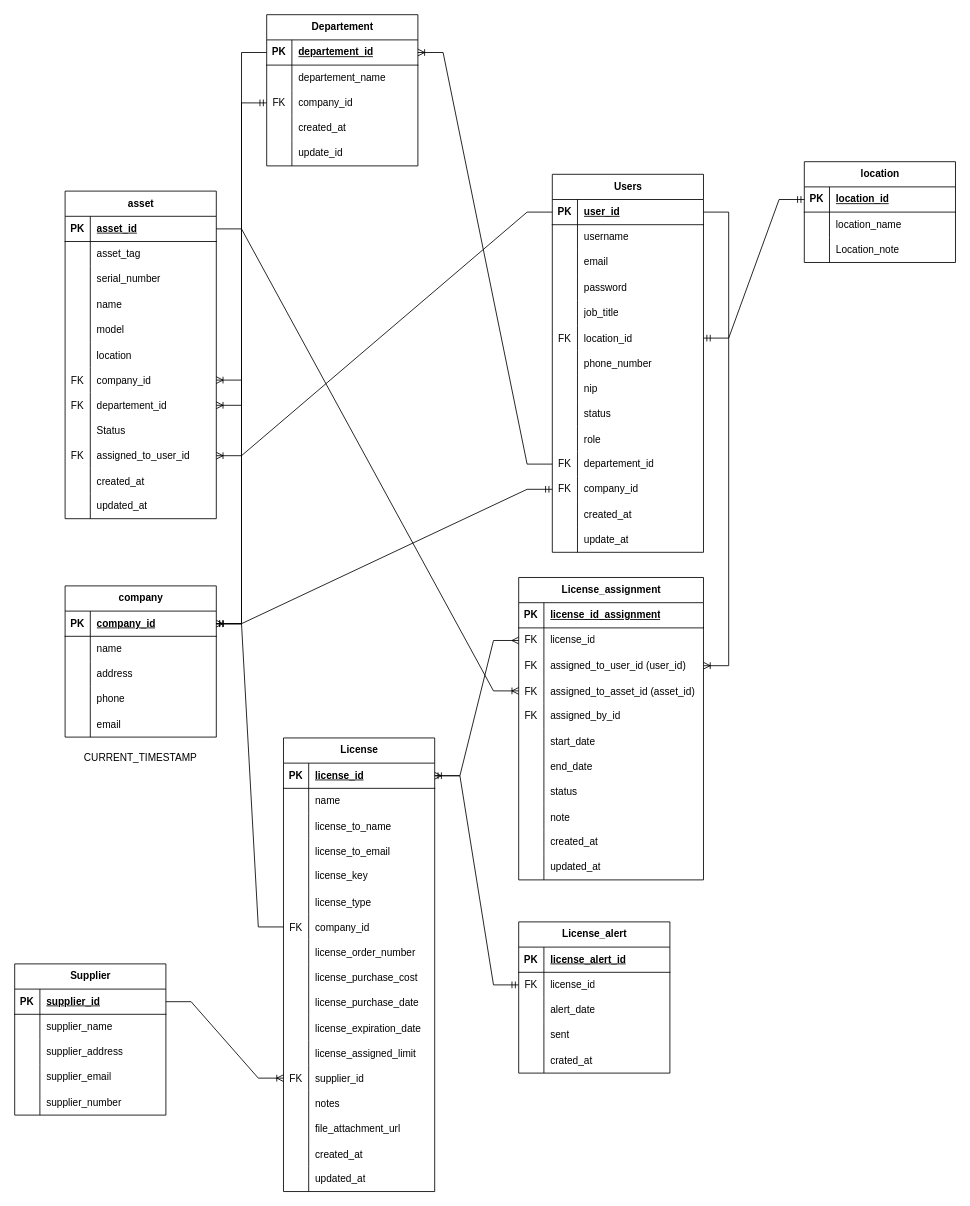
Above: pooling.drawio in ukisatriana/Flow-serv (draw.io), before the change. Source tidied: cells renumbered, new cells numbered last; positions are measured from the earlier drawing's top-left corner, leaving out a move shared by most shapes. Both pictures are drawn from the tidied source at 84%, with x=0, y=0 at pixel (14, 14).
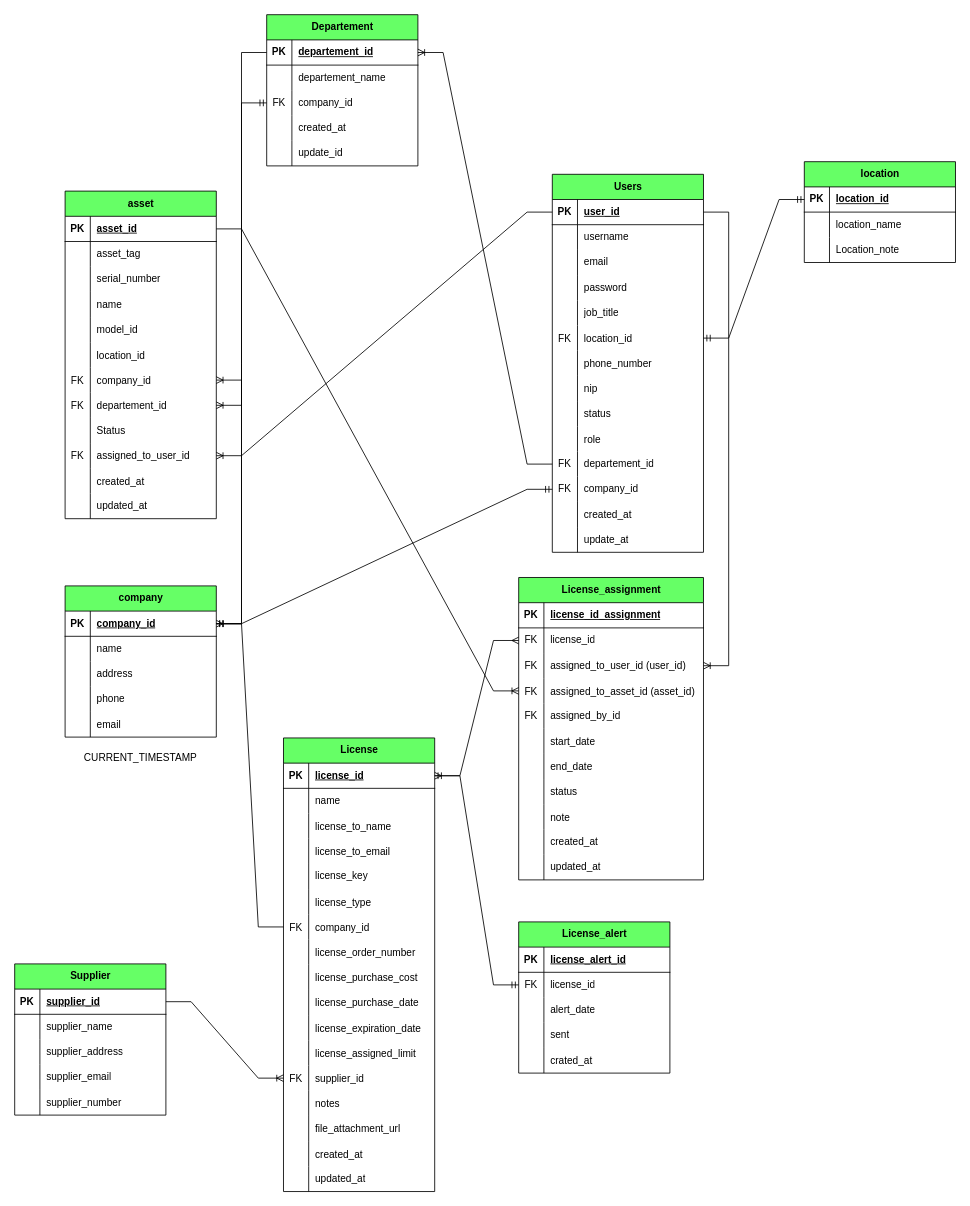
After the change.

The change refers to these unchanged cells:
```xml
<mxCell id="90" style="shape=tableRow;horizontal=0;startSize=0;swimlaneHead=0;swimlaneBody=0;fillColor=none;top=0;left=0;right=0;bottom=0;" parent="77" vertex="1">
  <mxGeometry y="150" width="180" height="30" as="geometry" />
</mxCell>
<mxCell id="93" style="shape=tableRow;horizontal=0;startSize=0;swimlaneHead=0;swimlaneBody=0;fillColor=none;top=0;left=0;right=0;bottom=0;" parent="77" vertex="1">
  <mxGeometry y="180" width="180" height="30" as="geometry" />
</mxCell>
```

The edit, as a diff of the source:
```diff
@@
-    <mxCell id="2" value="Users" style="shape=table;startSize=30;childLayout=tableLayout;rowLines=0;fontStyle=1;align=center;html=1;" parent="1" vertex="1">
+    <mxCell id="2" value="Users" style="shape=table;startSize=30;childLayout=tableLayout;rowLines=0;fontStyle=1;align=center;html=1;fillColor=#66FF66;" parent="1" vertex="1">
       <mxGeometry x="640" y="190" width="180" height="450" as="geometry" />
     </mxCell>
@@
-    <mxCell id="45" value="Departement" style="shape=table;startSize=30;childLayout=tableLayout;rowLines=0;fontStyle=1;align=center;html=1;" parent="1" vertex="1">
+    <mxCell id="45" value="Departement" style="shape=table;startSize=30;childLayout=tableLayout;rowLines=0;fontStyle=1;align=center;html=1;fillColor=#66FF66;" parent="1" vertex="1">
       <mxGeometry x="300" width="180" height="180" as="geometry" />
     </mxCell>
@@
-    <mxCell id="61" value="company" style="shape=table;startSize=30;childLayout=tableLayout;rowLines=0;fontStyle=1;align=center;html=1;" parent="1" vertex="1">
+    <mxCell id="61" value="company" style="shape=table;startSize=30;childLayout=tableLayout;rowLines=0;fontStyle=1;align=center;html=1;fillColor=#66FF66;" parent="1" vertex="1">
       <mxGeometry x="60" y="680" width="180" height="180" as="geometry" />
     </mxCell>
@@
-    <mxCell id="77" value="asset" style="shape=table;startSize=30;childLayout=tableLayout;rowLines=0;fontStyle=1;align=center;html=1;" parent="1" vertex="1">
+    <mxCell id="77" value="asset" style="shape=table;startSize=30;childLayout=tableLayout;rowLines=0;fontStyle=1;align=center;html=1;fillColor=#66FF66;" parent="1" vertex="1">
       <mxGeometry x="60" y="210" width="180" height="390" as="geometry" />
     </mxCell>
@@
-    <mxCell id="92" value="model" style="shape=partialRectangle;fillColor=none;top=0;left=0;bottom=0;right=0;align=left;spacingLeft=6;overflow=hidden;" parent="90" vertex="1">
+    <mxCell id="92" value="model_id" style="shape=partialRectangle;fillColor=none;top=0;left=0;bottom=0;right=0;align=left;spacingLeft=6;overflow=hidden;" parent="90" vertex="1">
       <mxGeometry x="30" width="150" height="30" as="geometry" />
     </mxCell>
@@
-    <mxCell id="95" value="location" style="shape=partialRectangle;fillColor=none;top=0;left=0;bottom=0;right=0;align=left;spacingLeft=6;overflow=hidden;" parent="93" vertex="1">
+    <mxCell id="95" value="location_id" style="shape=partialRectangle;fillColor=none;top=0;left=0;bottom=0;right=0;align=left;spacingLeft=6;overflow=hidden;" parent="93" vertex="1">
       <mxGeometry x="30" width="150" height="30" as="geometry" />
     </mxCell>
@@
-    <mxCell id="114" value="License" style="shape=table;startSize=30;childLayout=tableLayout;rowLines=0;fontStyle=1;align=center;html=1;" parent="1" vertex="1">
+    <mxCell id="114" value="License" style="shape=table;startSize=30;childLayout=tableLayout;rowLines=0;fontStyle=1;align=center;html=1;fillColor=#66FF66;" parent="1" vertex="1">
       <mxGeometry x="320" y="861" width="180" height="540" as="geometry" />
     </mxCell>
@@
-    <mxCell id="166" value="License_assignment" style="shape=table;startSize=30;childLayout=tableLayout;rowLines=0;fontStyle=1;align=center;html=1;" parent="1" vertex="1">
+    <mxCell id="166" value="License_assignment" style="shape=table;startSize=30;childLayout=tableLayout;rowLines=0;fontStyle=1;align=center;html=1;fillColor=#66FF66;" parent="1" vertex="1">
       <mxGeometry x="600" y="670" width="220" height="360" as="geometry" />
     </mxCell>
@@
-    <mxCell id="200" value="License_alert" style="shape=table;startSize=30;childLayout=tableLayout;rowLines=0;fontStyle=1;align=center;html=1;" parent="1" vertex="1">
+    <mxCell id="200" value="License_alert" style="shape=table;startSize=30;childLayout=tableLayout;rowLines=0;fontStyle=1;align=center;html=1;fillColor=#66FF66;" parent="1" vertex="1">
       <mxGeometry x="600" y="1080" width="180" height="180" as="geometry" />
     </mxCell>
@@
-    <mxCell id="228" value="Supplier" style="shape=table;startSize=30;childLayout=tableLayout;rowLines=0;fontStyle=1;align=center;html=1;" parent="1" vertex="1">
+    <mxCell id="228" value="Supplier" style="shape=table;startSize=30;childLayout=tableLayout;rowLines=0;fontStyle=1;align=center;html=1;fillColor=#66FF66;" parent="1" vertex="1">
       <mxGeometry y="1130" width="180" height="180" as="geometry" />
     </mxCell>
@@
-    <mxCell id="245" value="location" style="shape=table;startSize=30;childLayout=tableLayout;rowLines=0;fontStyle=1;align=center;html=1;" parent="1" vertex="1">
+    <mxCell id="245" value="location" style="shape=table;startSize=30;childLayout=tableLayout;rowLines=0;fontStyle=1;align=center;html=1;fillColor=#66FF66;" parent="1" vertex="1">
       <mxGeometry x="940" y="175" width="180" height="120" as="geometry" />
     </mxCell>
```
